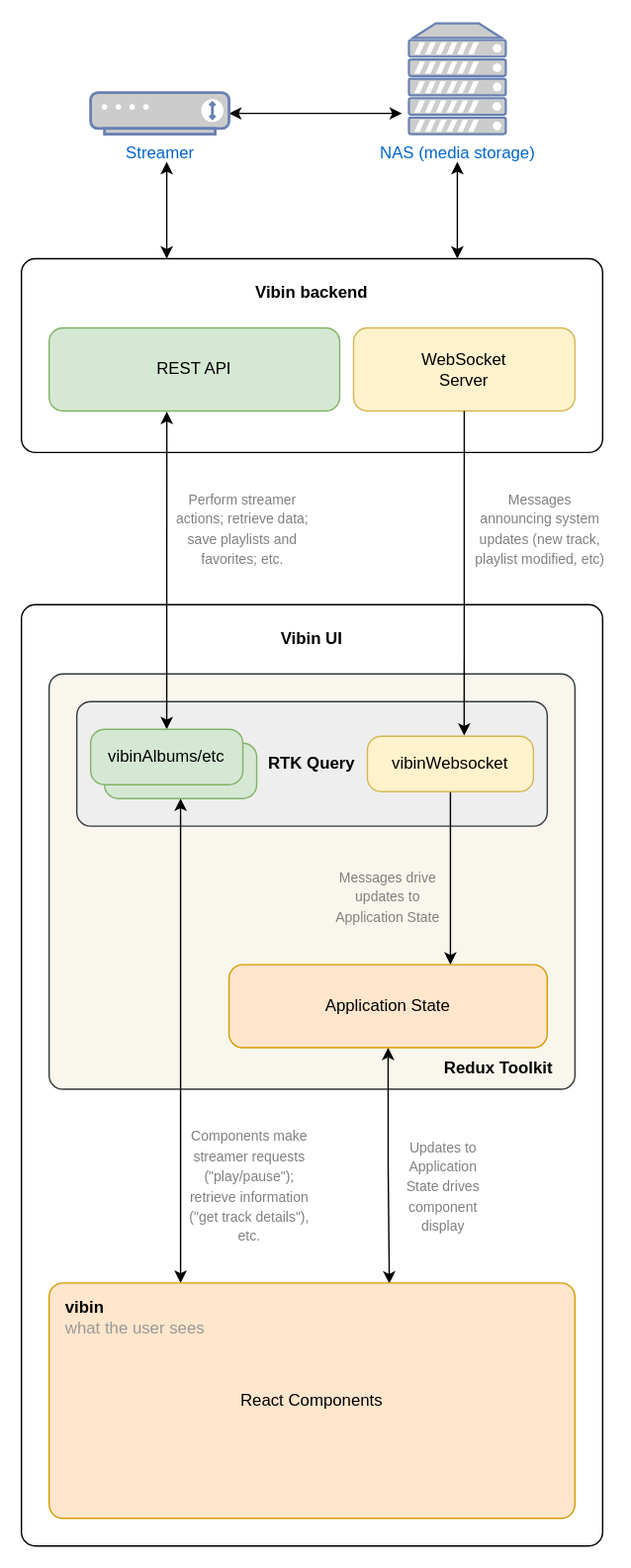
Earlier version of the draw.io export media/vibinui_dataflow.svg (mjoblin/vibinui). Source tidied: cells renumbered, new cells last; positions are measured from the earlier drawing's top-left corner, leaving out a move shared by most shapes.
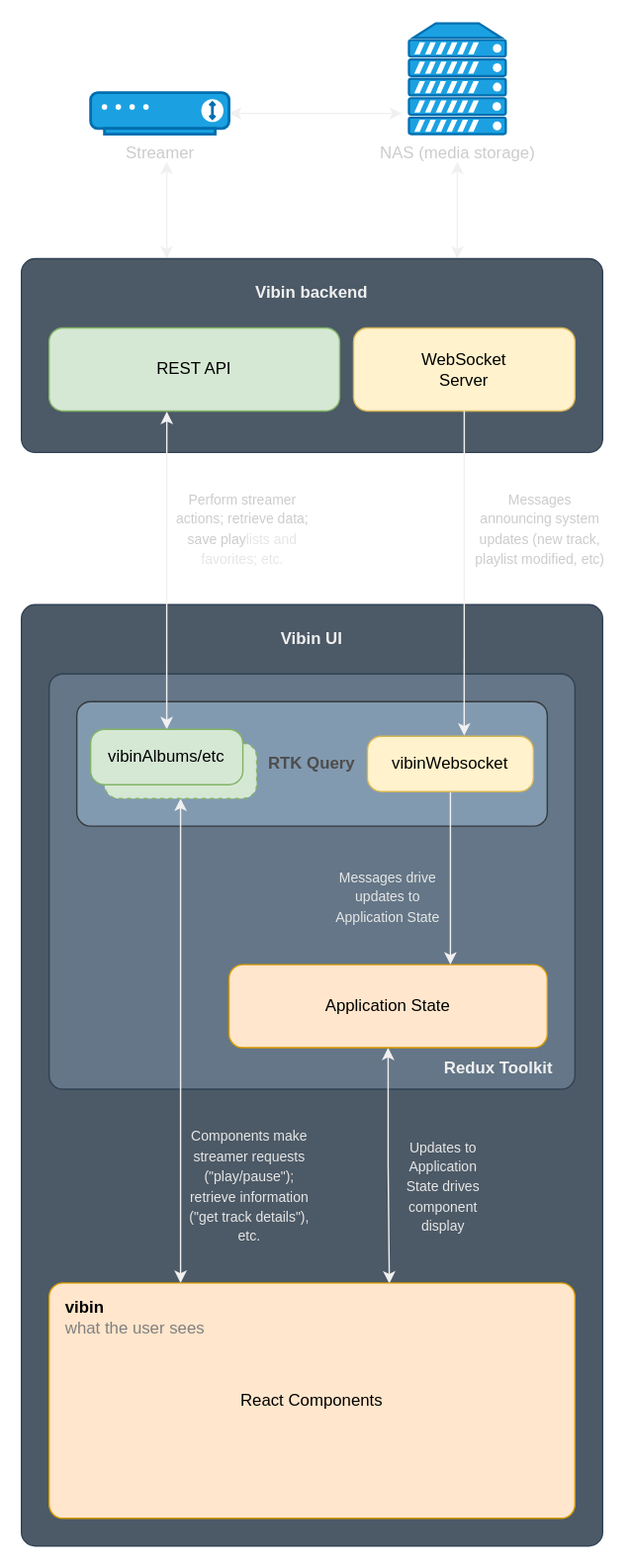
After the change.

Commit message:
Update README diagrams for dark mode

Change to the diagram source:
```diff
@@ -12,37 +12,37 @@
         <mxPoint x="105" y="100" as="targetPoint" />
       </mxGeometry>
     </mxCell>
-    <mxCell id="4" style="rounded=1;whiteSpace=wrap;html=1;absoluteArcSize=1;" parent="1" vertex="1">
+    <mxCell id="4" style="rounded=1;whiteSpace=wrap;html=1;absoluteArcSize=1;fillColor=#4C5966;fontColor=#ffffff;strokeColor=#314354;" parent="1" vertex="1">
       <mxGeometry y="170" width="420" height="140" as="geometry" />
     </mxCell>
-    <mxCell id="5" value="REST API" style="rounded=1;whiteSpace=wrap;html=1;absoluteArcSize=1;fillColor=#d5e8d4;strokeColor=#82b366;" parent="1" vertex="1">
+    <mxCell id="5" value="&lt;font color=&quot;#000000&quot;&gt;REST API&lt;/font&gt;" style="rounded=1;whiteSpace=wrap;html=1;absoluteArcSize=1;fillColor=#d5e8d4;strokeColor=#82b366;" parent="1" vertex="1">
       <mxGeometry x="20" y="220" width="210" height="60" as="geometry" />
     </mxCell>
-    <mxCell id="6" value="WebSocket&lt;br&gt;Server" style="rounded=1;whiteSpace=wrap;html=1;absoluteArcSize=1;fillColor=#fff2cc;strokeColor=#d6b656;" parent="1" vertex="1">
+    <mxCell id="6" value="&lt;font color=&quot;#000000&quot;&gt;WebSocket&lt;br&gt;Server&lt;/font&gt;" style="rounded=1;whiteSpace=wrap;html=1;absoluteArcSize=1;fillColor=#fff2cc;strokeColor=#d6b656;" parent="1" vertex="1">
       <mxGeometry x="240" y="220" width="160" height="60" as="geometry" />
     </mxCell>
     <mxCell id="7" value="&lt;b&gt;Vibin backend&lt;/b&gt;" style="text;html=1;strokeColor=none;fillColor=none;align=center;verticalAlign=middle;whiteSpace=wrap;rounded=0;" parent="1" vertex="1">
       <mxGeometry x="160" y="180" width="100" height="30" as="geometry" />
     </mxCell>
-    <mxCell id="8" style="rounded=1;whiteSpace=wrap;html=1;absoluteArcSize=1;" parent="1" vertex="1">
+    <mxCell id="8" style="rounded=1;whiteSpace=wrap;html=1;absoluteArcSize=1;fillColor=#4C5966;fontColor=#ffffff;strokeColor=#314354;" parent="1" vertex="1">
       <mxGeometry y="420" width="420" height="680" as="geometry" />
     </mxCell>
-    <mxCell id="9" style="rounded=1;whiteSpace=wrap;html=1;absoluteArcSize=1;fillColor=#f9f7ed;strokeColor=#36393d;" parent="1" vertex="1">
+    <mxCell id="9" style="rounded=1;whiteSpace=wrap;html=1;absoluteArcSize=1;fillColor=#647687;strokeColor=#314354;fontColor=#ffffff;" parent="1" vertex="1">
       <mxGeometry x="20" y="470" width="380" height="300" as="geometry" />
     </mxCell>
     <mxCell id="10" style="edgeStyle=orthogonalEdgeStyle;rounded=0;jettySize=auto;html=1;exitX=0.5;exitY=1;exitDx=0;exitDy=0;entryX=0.647;entryY=0.003;entryDx=0;entryDy=0;entryPerimeter=0;startArrow=classic;startFill=1;" parent="1" edge="1" source="11" target="14">
       <mxGeometry relative="1" as="geometry" />
     </mxCell>
-    <mxCell id="11" value="Application State" style="rounded=1;whiteSpace=wrap;html=1;absoluteArcSize=1;fillColor=#ffe6cc;strokeColor=#d79b00;" parent="1" vertex="1">
+    <mxCell id="11" value="&lt;font color=&quot;#000000&quot;&gt;Application State&lt;/font&gt;" style="rounded=1;whiteSpace=wrap;html=1;absoluteArcSize=1;fillColor=#ffe6cc;strokeColor=#d79b00;" parent="1" vertex="1">
       <mxGeometry x="150" y="680" width="230" height="60" as="geometry" />
     </mxCell>
-    <mxCell id="12" value="&lt;b&gt;RTK Query&lt;/b&gt;" style="rounded=1;whiteSpace=wrap;html=1;absoluteArcSize=1;fillColor=#eeeeee;strokeColor=#36393d;" parent="1" vertex="1">
+    <mxCell id="12" value="&lt;b&gt;&lt;font color=&quot;#4d4d4d&quot;&gt;RTK Query&lt;/font&gt;&lt;/b&gt;" style="rounded=1;whiteSpace=wrap;html=1;absoluteArcSize=1;fillColor=#829AB0;strokeColor=#36393d;" parent="1" vertex="1">
       <mxGeometry x="40" y="490" width="340" height="90" as="geometry" />
     </mxCell>
     <mxCell id="13" style="edgeStyle=orthogonalEdgeStyle;rounded=0;jettySize=auto;html=1;exitX=0.25;exitY=0;exitDx=0;exitDy=0;entryX=0.5;entryY=1;entryDx=0;entryDy=0;startArrow=classic;startFill=1;" parent="1" edge="1" source="14" target="18">
       <mxGeometry relative="1" as="geometry" />
     </mxCell>
-    <mxCell id="14" value="React Components" style="rounded=1;whiteSpace=wrap;html=1;absoluteArcSize=1;fillColor=#ffe6cc;strokeColor=#d79b00;" parent="1" vertex="1">
+    <mxCell id="14" value="&lt;font color=&quot;#000000&quot;&gt;React Components&lt;/font&gt;" style="rounded=1;whiteSpace=wrap;html=1;absoluteArcSize=1;fillColor=#ffe6cc;strokeColor=#d79b00;" parent="1" vertex="1">
       <mxGeometry x="20" y="910" width="380" height="170" as="geometry" />
     </mxCell>
     <mxCell id="15" value="Vibin UI" style="text;html=1;strokeColor=none;fillColor=none;align=center;verticalAlign=middle;whiteSpace=wrap;rounded=0;fontStyle=1;" parent="1" vertex="1">
@@ -53,16 +53,16 @@
         <mxPoint x="310" y="680" as="targetPoint" />
       </mxGeometry>
     </mxCell>
-    <mxCell id="17" value="vibinWebsocket" style="rounded=1;whiteSpace=wrap;html=1;absoluteArcSize=1;fillColor=#fff2cc;strokeColor=#d6b656;" parent="1" vertex="1">
+    <mxCell id="17" value="&lt;font color=&quot;#000000&quot;&gt;vibinWebsocket&lt;/font&gt;" style="rounded=1;whiteSpace=wrap;html=1;absoluteArcSize=1;fillColor=#fff2cc;strokeColor=#d6b656;" parent="1" vertex="1">
       <mxGeometry x="250" y="515" width="120" height="40" as="geometry" />
     </mxCell>
-    <mxCell id="18" style="rounded=1;whiteSpace=wrap;html=1;absoluteArcSize=1;fillColor=#d5e8d4;strokeColor=#82b366;" parent="1" vertex="1">
+    <mxCell id="18" style="rounded=1;whiteSpace=wrap;html=1;absoluteArcSize=1;fillColor=#d5e8d4;strokeColor=#82b366;dashed=1;" parent="1" vertex="1">
       <mxGeometry x="60" y="520" width="110" height="40" as="geometry" />
     </mxCell>
     <mxCell id="19" style="edgeStyle=orthogonalEdgeStyle;rounded=0;jettySize=auto;html=1;exitX=0.5;exitY=0;exitDx=0;exitDy=0;entryX=0.405;entryY=1.008;entryDx=0;entryDy=0;entryPerimeter=0;startArrow=classic;startFill=1;" parent="1" edge="1" source="20" target="5">
       <mxGeometry relative="1" as="geometry" />
     </mxCell>
-    <mxCell id="20" value="vibinAlbums/etc" style="rounded=1;whiteSpace=wrap;html=1;absoluteArcSize=1;fillColor=#d5e8d4;strokeColor=#82b366;" parent="1" vertex="1">
+    <mxCell id="20" value="&lt;font color=&quot;#000000&quot;&gt;vibinAlbums/etc&lt;/font&gt;" style="rounded=1;whiteSpace=wrap;html=1;absoluteArcSize=1;fillColor=#d5e8d4;strokeColor=#82b366;" parent="1" vertex="1">
       <mxGeometry x="50" y="510" width="110" height="40" as="geometry" />
     </mxCell>
     <mxCell id="21" value="&lt;b&gt;Redux Toolkit&lt;/b&gt;" style="text;html=1;strokeColor=none;fillColor=none;align=center;verticalAlign=middle;whiteSpace=wrap;rounded=0;" parent="1" vertex="1">
@@ -71,7 +71,7 @@
     <mxCell id="22" style="edgeStyle=orthogonalEdgeStyle;rounded=0;jettySize=auto;html=1;exitX=0.5;exitY=1;exitDx=0;exitDy=0;entryX=0.583;entryY=-0.012;entryDx=0;entryDy=0;entryPerimeter=0;" parent="1" edge="1" source="6" target="17">
       <mxGeometry relative="1" as="geometry" />
     </mxCell>
-    <mxCell id="23" value="NAS (media storage)" style="fontColor=#0066CC;verticalAlign=top;verticalLabelPosition=bottom;labelPosition=center;align=center;html=1;fillColor=#CCCCCC;strokeColor=#6881B3;gradientColor=none;gradientDirection=north;strokeWidth=2;shape=mxgraph.networks.server;" parent="1" vertex="1">
+    <mxCell id="23" value="&lt;font color=&quot;#cccccc&quot;&gt;NAS (media storage)&lt;/font&gt;" style="fontColor=#ffffff;verticalAlign=top;verticalLabelPosition=bottom;labelPosition=center;align=center;html=1;fillColor=#1ba1e2;strokeColor=#006EAF;gradientDirection=north;strokeWidth=2;shape=mxgraph.networks.server;" parent="1" vertex="1">
       <mxGeometry x="280" width="70" height="80" as="geometry" />
     </mxCell>
     <mxCell id="24" style="edgeStyle=orthogonalEdgeStyle;rounded=0;jettySize=auto;html=1;startArrow=classic;startFill=1;" parent="1" edge="1" source="25">
@@ -79,25 +79,25 @@
         <mxPoint x="275" y="65" as="targetPoint" />
       </mxGeometry>
     </mxCell>
-    <mxCell id="25" value="Streamer" style="fontColor=#0066CC;verticalAlign=top;verticalLabelPosition=bottom;labelPosition=center;align=center;html=1;outlineConnect=0;fillColor=#CCCCCC;strokeColor=#6881B3;gradientColor=none;gradientDirection=north;strokeWidth=2;shape=mxgraph.networks.modem;" parent="1" vertex="1">
+    <mxCell id="25" value="&lt;font color=&quot;#cccccc&quot;&gt;Streamer&lt;/font&gt;" style="fontColor=#ffffff;verticalAlign=top;verticalLabelPosition=bottom;labelPosition=center;align=center;html=1;outlineConnect=0;fillColor=#1ba1e2;strokeColor=#006EAF;gradientDirection=north;strokeWidth=2;shape=mxgraph.networks.modem;" parent="1" vertex="1">
       <mxGeometry x="50" y="50" width="100" height="30" as="geometry" />
     </mxCell>
-    <mxCell id="26" value="&lt;font style=&quot;font-size: 10px;&quot; color=&quot;#808080&quot;&gt;Components make streamer requests (&quot;play/pause&quot;); retrieve information (&quot;get track details&quot;), etc.&lt;/font&gt;" style="text;html=1;strokeColor=none;fillColor=none;align=center;verticalAlign=middle;whiteSpace=wrap;rounded=0;fontColor=#CCCCCC;" parent="1" vertex="1">
+    <mxCell id="26" value="&lt;font color=&quot;#e6e6e6&quot; style=&quot;font-size: 10px;&quot;&gt;Components make streamer requests (&quot;play/pause&quot;); retrieve information (&quot;get track details&quot;), etc.&lt;/font&gt;" style="text;html=1;strokeColor=none;fillColor=none;align=center;verticalAlign=middle;whiteSpace=wrap;rounded=0;fontColor=#CCCCCC;" parent="1" vertex="1">
       <mxGeometry x="120" y="780" width="90" height="120" as="geometry" />
     </mxCell>
-    <mxCell id="27" value="&lt;font style=&quot;font-size: 10px;&quot; color=&quot;#808080&quot;&gt;Messages announcing system updates (new track, playlist modified, etc)&lt;/font&gt;" style="text;html=1;strokeColor=none;fillColor=none;align=center;verticalAlign=middle;whiteSpace=wrap;rounded=0;fontColor=#CCCCCC;" parent="1" vertex="1">
+    <mxCell id="27" value="&lt;font style=&quot;font-size: 10px;&quot;&gt;Messages announcing system updates (new track, playlist modified, etc)&lt;/font&gt;" style="text;html=1;strokeColor=none;fillColor=none;align=center;verticalAlign=middle;whiteSpace=wrap;rounded=0;fontColor=#CCCCCC;" parent="1" vertex="1">
       <mxGeometry x="325" y="330" width="100" height="70" as="geometry" />
     </mxCell>
-    <mxCell id="28" value="&lt;font style=&quot;font-size: 10px;&quot; color=&quot;#808080&quot;&gt;Updates to Application State drives component display&lt;/font&gt;" style="text;html=1;strokeColor=none;fillColor=none;align=center;verticalAlign=middle;whiteSpace=wrap;rounded=0;fontColor=#CCCCCC;" parent="1" vertex="1">
+    <mxCell id="28" value="&lt;font color=&quot;#e6e6e6&quot; style=&quot;font-size: 10px;&quot;&gt;Updates to Application State drives component display&lt;/font&gt;" style="text;html=1;strokeColor=none;fillColor=none;align=center;verticalAlign=middle;whiteSpace=wrap;rounded=0;fontColor=#CCCCCC;" parent="1" vertex="1">
       <mxGeometry x="270" y="798.8" width="70" height="82.5" as="geometry" />
     </mxCell>
-    <mxCell id="29" value="&lt;font style=&quot;font-size: 10px;&quot; color=&quot;#808080&quot;&gt;Messages drive updates to Application State&lt;/font&gt;" style="text;html=1;strokeColor=none;fillColor=none;align=center;verticalAlign=middle;whiteSpace=wrap;rounded=0;fontColor=#CCCCCC;" parent="1" vertex="1">
+    <mxCell id="29" value="&lt;font color=&quot;#e6e6e6&quot; style=&quot;font-size: 10px;&quot;&gt;Messages drive updates to Application State&lt;/font&gt;" style="text;html=1;strokeColor=none;fillColor=none;align=center;verticalAlign=middle;whiteSpace=wrap;rounded=0;fontColor=#CCCCCC;" parent="1" vertex="1">
       <mxGeometry x="225" y="610" width="80" height="42.5" as="geometry" />
     </mxCell>
-    <mxCell id="30" value="&lt;font style=&quot;font-size: 10px;&quot; color=&quot;#808080&quot;&gt;Perform streamer actions; retrieve data; save playlists and favorites;&amp;nbsp;etc.&lt;/font&gt;" style="text;html=1;strokeColor=none;fillColor=none;align=center;verticalAlign=middle;whiteSpace=wrap;rounded=0;fontColor=#CCCCCC;" parent="1" vertex="1">
+    <mxCell id="30" value="&lt;font style=&quot;font-size: 10px;&quot;&gt;Perform streamer actions; retrieve data; save play&lt;/font&gt;&lt;font color=&quot;#e6e6e6&quot; style=&quot;font-size: 10px;&quot;&gt;lists and favorites;&amp;nbsp;etc.&lt;/font&gt;" style="text;html=1;strokeColor=none;fillColor=none;align=center;verticalAlign=middle;whiteSpace=wrap;rounded=0;fontColor=#CCCCCC;" parent="1" vertex="1">
       <mxGeometry x="110" y="330" width="100" height="70" as="geometry" />
     </mxCell>
-    <mxCell id="31" value="&lt;b&gt;vibin&lt;br&gt;&lt;/b&gt;&lt;font color=&quot;#999999&quot;&gt;what the user sees&lt;/font&gt;" style="text;html=1;strokeColor=none;fillColor=none;align=left;verticalAlign=middle;whiteSpace=wrap;rounded=0;" parent="1" vertex="1">
+    <mxCell id="31" value="&lt;b&gt;&lt;font color=&quot;#000000&quot;&gt;vibin&lt;br&gt;&lt;/font&gt;&lt;/b&gt;&lt;font color=&quot;#808080&quot;&gt;what the user sees&lt;/font&gt;" style="text;html=1;strokeColor=none;fillColor=none;align=left;verticalAlign=middle;whiteSpace=wrap;rounded=0;" parent="1" vertex="1">
       <mxGeometry x="30" y="920" width="150" height="30" as="geometry" />
     </mxCell>
   </root>
```
